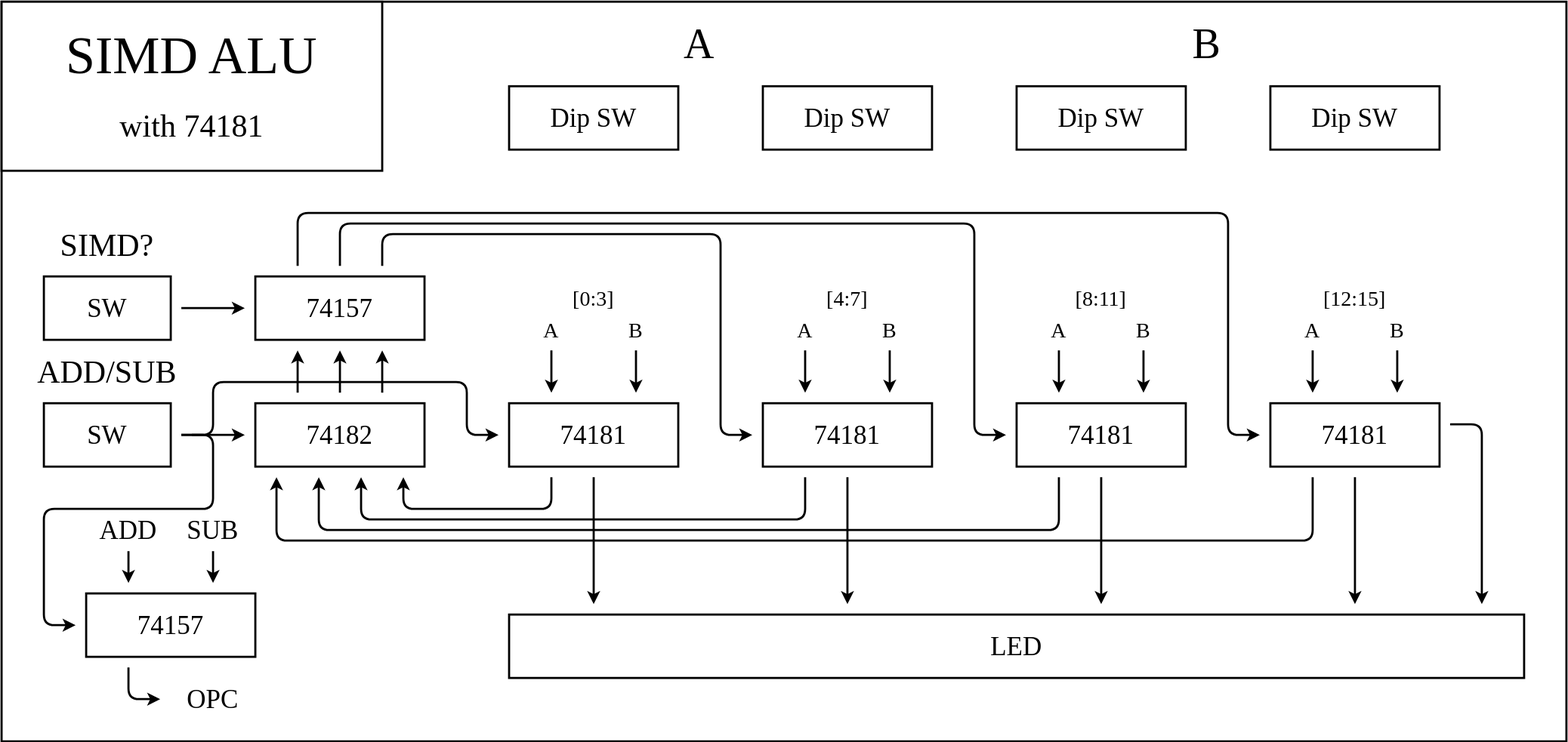
Above: Lab/Computer/CPU/SIMD_ALU/img/alu.dio.svg in amane-uehara/kanade-k-1228.github.io (draw.io), before the change. Source tidied: cells renumbered, new cells last; positions are measured from the earlier drawing's top-left corner, leaving out a move shared by most shapes.
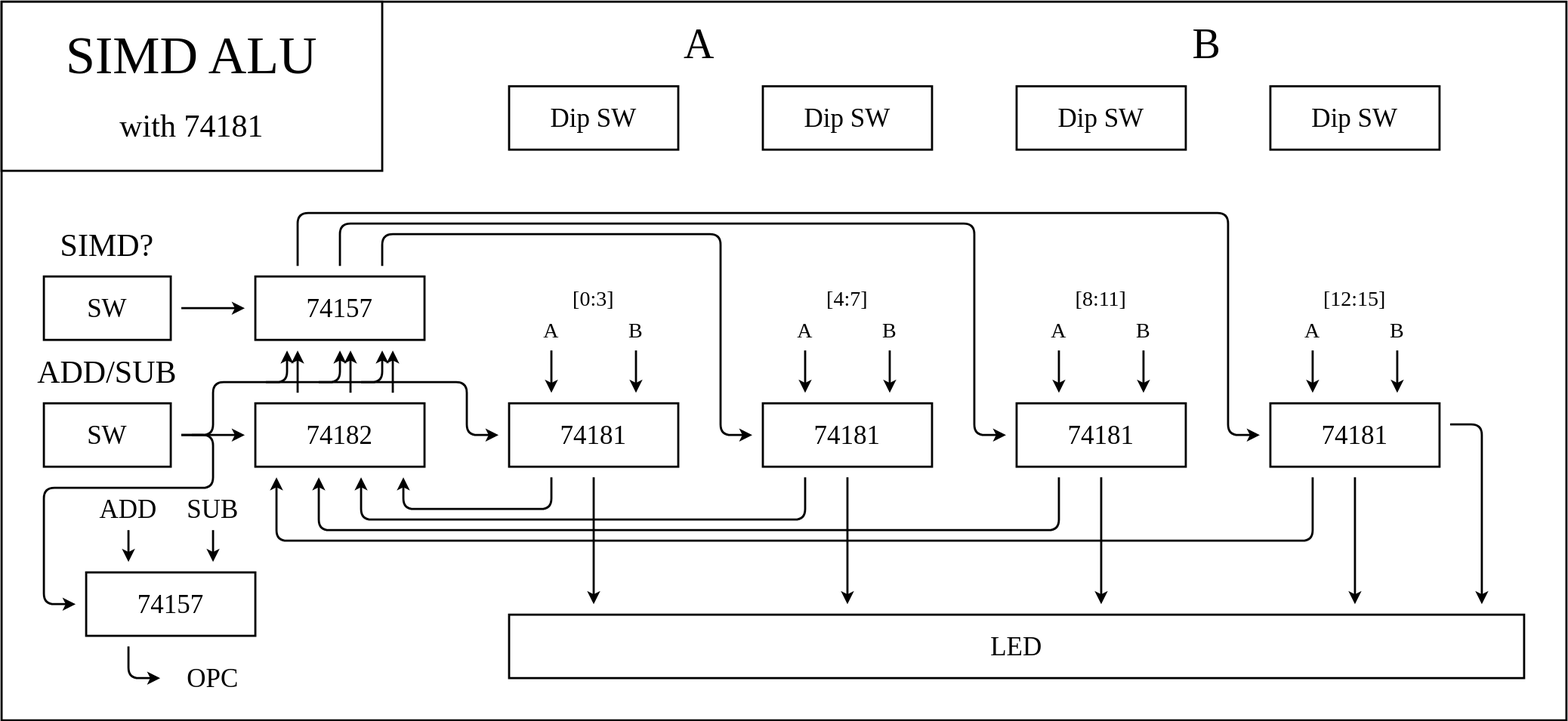
After the commit.

Change to the diagram source:
```diff
@@ -3,7 +3,7 @@
     <mxCell id="0" />
     <mxCell id="1" parent="0" />
     <mxCell id="2" style="rounded=0;whiteSpace=wrap;html=1;strokeWidth=2;fontFamily=Lucida Console;fontSize=20;" parent="1" vertex="1">
-      <mxGeometry width="1480" height="700" as="geometry" />
+      <mxGeometry width="1480" height="680" as="geometry" />
     </mxCell>
     <mxCell id="3" value="74181" style="rounded=0;whiteSpace=wrap;html=1;fontFamily=Lucida Console;fontSize=25;strokeWidth=2;" parent="1" vertex="1">
       <mxGeometry x="480" y="380" width="160" height="60" as="geometry" />
@@ -111,14 +111,14 @@
     </mxCell>
     <mxCell id="22" style="endArrow=classic;html=1;strokeWidth=2;fontFamily=Lucida Console;fontSize=25;" parent="1" edge="1">
       <mxGeometry relative="1" as="geometry">
-        <mxPoint x="320" y="370" as="sourcePoint" />
-        <mxPoint x="320" y="330" as="targetPoint" />
+        <mxPoint x="330" y="370" as="sourcePoint" />
+        <mxPoint x="330" y="330" as="targetPoint" />
       </mxGeometry>
     </mxCell>
     <mxCell id="23" style="endArrow=classic;html=1;strokeWidth=2;fontFamily=Lucida Console;fontSize=25;" parent="1" edge="1">
       <mxGeometry relative="1" as="geometry">
-        <mxPoint x="360" y="370" as="sourcePoint" />
-        <mxPoint x="360" y="330" as="targetPoint" />
+        <mxPoint x="370" y="370" as="sourcePoint" />
+        <mxPoint x="370" y="330" as="targetPoint" />
       </mxGeometry>
     </mxCell>
     <mxCell id="24" style="endArrow=classic;html=1;strokeWidth=2;fontFamily=Lucida Console;fontSize=25;" parent="1" edge="1">
@@ -292,49 +292,76 @@
       <mxGeometry x="1300" y="290" width="40" height="40" as="geometry" />
     </mxCell>
     <mxCell id="59" value="74157" style="rounded=0;whiteSpace=wrap;html=1;fontFamily=Lucida Console;fontSize=25;strokeWidth=2;" parent="1" vertex="1">
-      <mxGeometry x="80" y="560" width="160" height="60" as="geometry" />
+      <mxGeometry x="80" y="540" width="160" height="60" as="geometry" />
     </mxCell>
     <mxCell id="60" style="endArrow=classic;html=1;strokeWidth=2;fontFamily=Lucida Console;fontSize=25;" parent="1" edge="1">
       <mxGeometry relative="1" as="geometry">
         <mxPoint x="170" y="410" as="sourcePoint" />
-        <mxPoint x="70" y="590" as="targetPoint" />
+        <mxPoint x="70" y="570" as="targetPoint" />
         <Array as="points">
           <mxPoint x="200" y="410" />
-          <mxPoint x="200" y="480" />
-          <mxPoint x="40" y="480" />
-          <mxPoint x="40" y="590" />
+          <mxPoint x="200" y="460" />
+          <mxPoint x="40" y="460" />
+          <mxPoint x="40" y="570" />
         </Array>
       </mxGeometry>
     </mxCell>
     <mxCell id="61" style="endArrow=classic;html=1;strokeWidth=2;fontFamily=Lucida Console;fontSize=30;" parent="1" edge="1">
       <mxGeometry relative="1" as="geometry">
-        <mxPoint x="120" y="520" as="sourcePoint" />
-        <mxPoint x="120" y="550" as="targetPoint" />
+        <mxPoint x="120" y="500" as="sourcePoint" />
+        <mxPoint x="120" y="530" as="targetPoint" />
       </mxGeometry>
     </mxCell>
     <mxCell id="62" value="ADD" style="text;html=1;strokeColor=none;fillColor=none;align=center;verticalAlign=middle;whiteSpace=wrap;rounded=0;strokeWidth=2;fontFamily=Lucida Console;fontSize=25;" parent="1" vertex="1">
-      <mxGeometry x="80" y="480" width="80" height="40" as="geometry" />
+      <mxGeometry x="80" y="460" width="80" height="40" as="geometry" />
     </mxCell>
     <mxCell id="63" value="SUB" style="text;html=1;strokeColor=none;fillColor=none;align=center;verticalAlign=middle;whiteSpace=wrap;rounded=0;strokeWidth=2;fontFamily=Lucida Console;fontSize=25;" parent="1" vertex="1">
-      <mxGeometry x="160" y="480" width="80" height="40" as="geometry" />
+      <mxGeometry x="160" y="460" width="80" height="40" as="geometry" />
     </mxCell>
     <mxCell id="64" value="OPC" style="text;html=1;strokeColor=none;fillColor=none;align=center;verticalAlign=middle;whiteSpace=wrap;rounded=0;strokeWidth=2;fontFamily=Lucida Console;fontSize=25;" parent="1" vertex="1">
-      <mxGeometry x="160" y="640" width="80" height="40" as="geometry" />
+      <mxGeometry x="160" y="620" width="80" height="40" as="geometry" />
     </mxCell>
     <mxCell id="65" style="endArrow=classic;html=1;strokeWidth=2;fontFamily=Lucida Console;fontSize=30;" parent="1" edge="1">
       <mxGeometry relative="1" as="geometry">
-        <mxPoint x="200" y="520" as="sourcePoint" />
-        <mxPoint x="200" y="550" as="targetPoint" />
+        <mxPoint x="200" y="500" as="sourcePoint" />
+        <mxPoint x="200" y="530" as="targetPoint" />
       </mxGeometry>
     </mxCell>
     <mxCell id="66" style="endArrow=classic;html=1;strokeWidth=2;fontFamily=Lucida Console;fontSize=30;" parent="1" edge="1">
       <mxGeometry relative="1" as="geometry">
-        <mxPoint x="120" y="630" as="sourcePoint" />
-        <mxPoint x="150" y="660" as="targetPoint" />
+        <mxPoint x="120" y="610" as="sourcePoint" />
+        <mxPoint x="150" y="640" as="targetPoint" />
         <Array as="points">
-          <mxPoint x="120" y="660" />
+          <mxPoint x="120" y="640" />
         </Array>
       </mxGeometry>
     </mxCell>
+    <mxCell id="67" style="endArrow=classic;html=1;strokeWidth=2;fontFamily=Lucida Console;fontSize=25;" parent="1" edge="1">
+      <mxGeometry relative="1" as="geometry">
+        <mxPoint x="250" y="360" as="sourcePoint" />
+        <mxPoint x="270" y="330" as="targetPoint" />
+        <Array as="points">
+          <mxPoint x="270" y="360" />
+        </Array>
+      </mxGeometry>
+    </mxCell>
+    <mxCell id="68" style="endArrow=classic;html=1;strokeWidth=2;fontFamily=Lucida Console;fontSize=25;" parent="1" edge="1">
+      <mxGeometry relative="1" as="geometry">
+        <mxPoint x="300" y="360" as="sourcePoint" />
+        <mxPoint x="320" y="330" as="targetPoint" />
+        <Array as="points">
+          <mxPoint x="320" y="360" />
+        </Array>
+      </mxGeometry>
+    </mxCell>
+    <mxCell id="69" style="endArrow=classic;html=1;strokeWidth=2;fontFamily=Lucida Console;fontSize=25;" parent="1" edge="1">
+      <mxGeometry relative="1" as="geometry">
+        <mxPoint x="340" y="360" as="sourcePoint" />
+        <mxPoint x="360" y="330" as="targetPoint" />
+        <Array as="points">
+          <mxPoint x="360" y="360" />
+        </Array>
+      </mxGeometry>
+    </mxCell>
   </root>
 </mxGraphModel>
```
